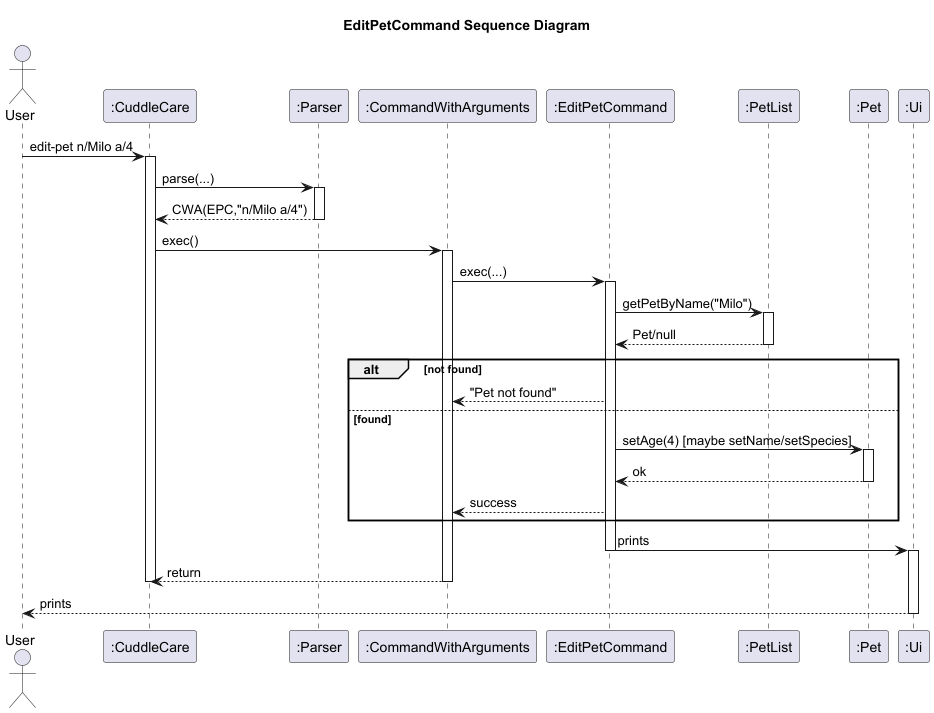
Above: docs/diagrams/EditPetCommand_Sequence_Diagram.png in Kevin88866/tp (PlantUML), before the change. Source of this version:
```plantuml
@startuml
title EditPetCommand Sequence Diagram
actor User
participant ":CuddleCare" as CuddleCare
participant ":Parser" as Parser
participant ":CommandWithArguments" as CWA
participant ":EditPetCommand" as EPC
participant ":PetList" as PetList
participant ":Pet" as Pet
participant ":Ui" as Ui

User -> CuddleCare : edit-pet n/Milo a/4
activate CuddleCare
CuddleCare -> Parser : parse(...)
activate Parser
Parser --> CuddleCare : CWA(EPC,"n/Milo a/4")
deactivate Parser

CuddleCare -> CWA : exec()
activate CWA
CWA -> EPC : exec(...)
activate EPC
EPC -> PetList : getPetByName("Milo")
activate PetList
PetList --> EPC : Pet/null
deactivate PetList

alt not found
  EPC --> CWA : "Pet not found"
else found
  EPC -> Pet : setAge(4) [maybe setName/setSpecies]
  activate Pet
  Pet --> EPC : ok
  deactivate Pet
  EPC --> CWA : success
end
  EPC -> Ui : prints
deactivate EPC
activate Ui
CWA --> CuddleCare : return
deactivate CWA
deactivate CuddleCare
Ui --> User : prints
deactivate Ui

@enduml
```
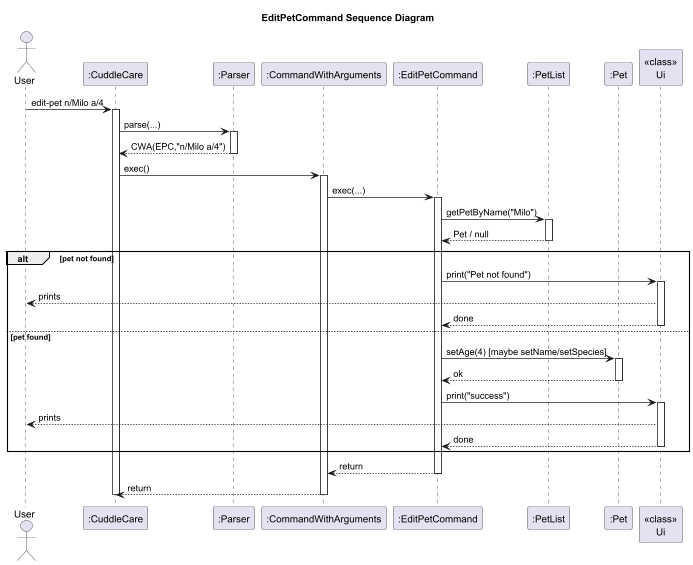
After the change.

The edit, as a diff of the source:
```diff
@@ -7,7 +7,7 @@
 participant ":EditPetCommand" as EPC
 participant ":PetList" as PetList
 participant ":Pet" as Pet
-participant ":Ui" as Ui
+participant "<<class>>\nUi" as Ui
 
 User -> CuddleCare : edit-pet n/Milo a/4
 activate CuddleCare
@@ -22,25 +22,30 @@
 activate EPC
 EPC -> PetList : getPetByName("Milo")
 activate PetList
-PetList --> EPC : Pet/null
+PetList --> EPC : Pet / null
 deactivate PetList
 
-alt not found
-  EPC --> CWA : "Pet not found"
-else found
+alt pet not found
+  EPC -> Ui : print("Pet not found")
+  activate Ui
+  Ui --> User : prints
+  Ui --> EPC : done
+  deactivate Ui
+else pet found
   EPC -> Pet : setAge(4) [maybe setName/setSpecies]
   activate Pet
   Pet --> EPC : ok
   deactivate Pet
-  EPC --> CWA : success
+  EPC -> Ui : print("success")
+  activate Ui
+  Ui --> User : prints
+  Ui --> EPC : done
+  deactivate Ui
 end
-  EPC -> Ui : prints
+
+EPC --> CWA : return
 deactivate EPC
-activate Ui
 CWA --> CuddleCare : return
 deactivate CWA
 deactivate CuddleCare
-Ui --> User : prints
-deactivate Ui
-
 @enduml
```
